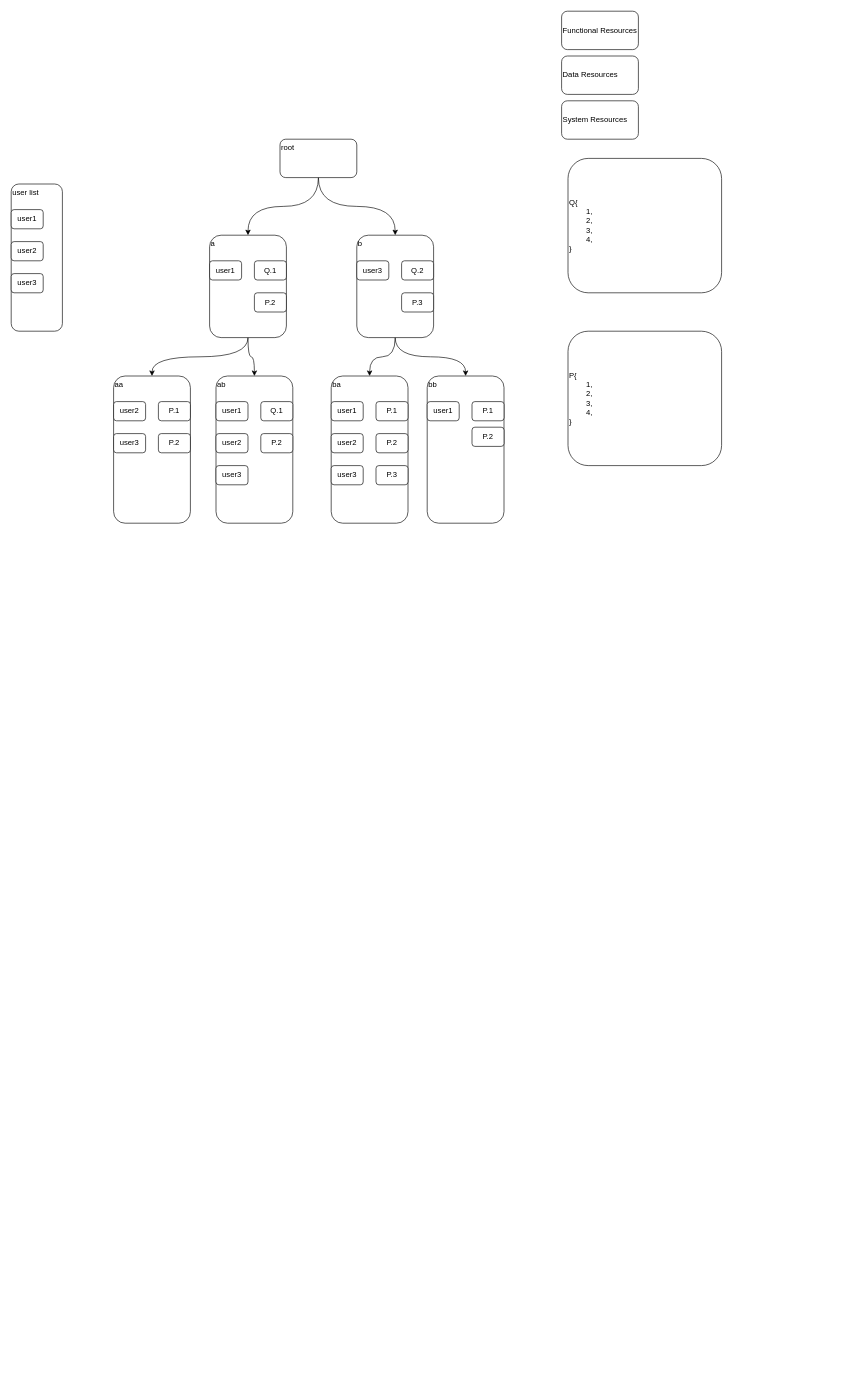
Earlier version of the draw.io diagram permission.drawio (xyfll7/xyfll7.github.io). Source tidied: cells renumbered, new cells numbered last; positions are measured from the earlier drawing's top-left corner, leaving out a move shared by most shapes. Both pictures are drawn from the tidied source at 64%, with x=0, y=0 at pixel (11, 11).
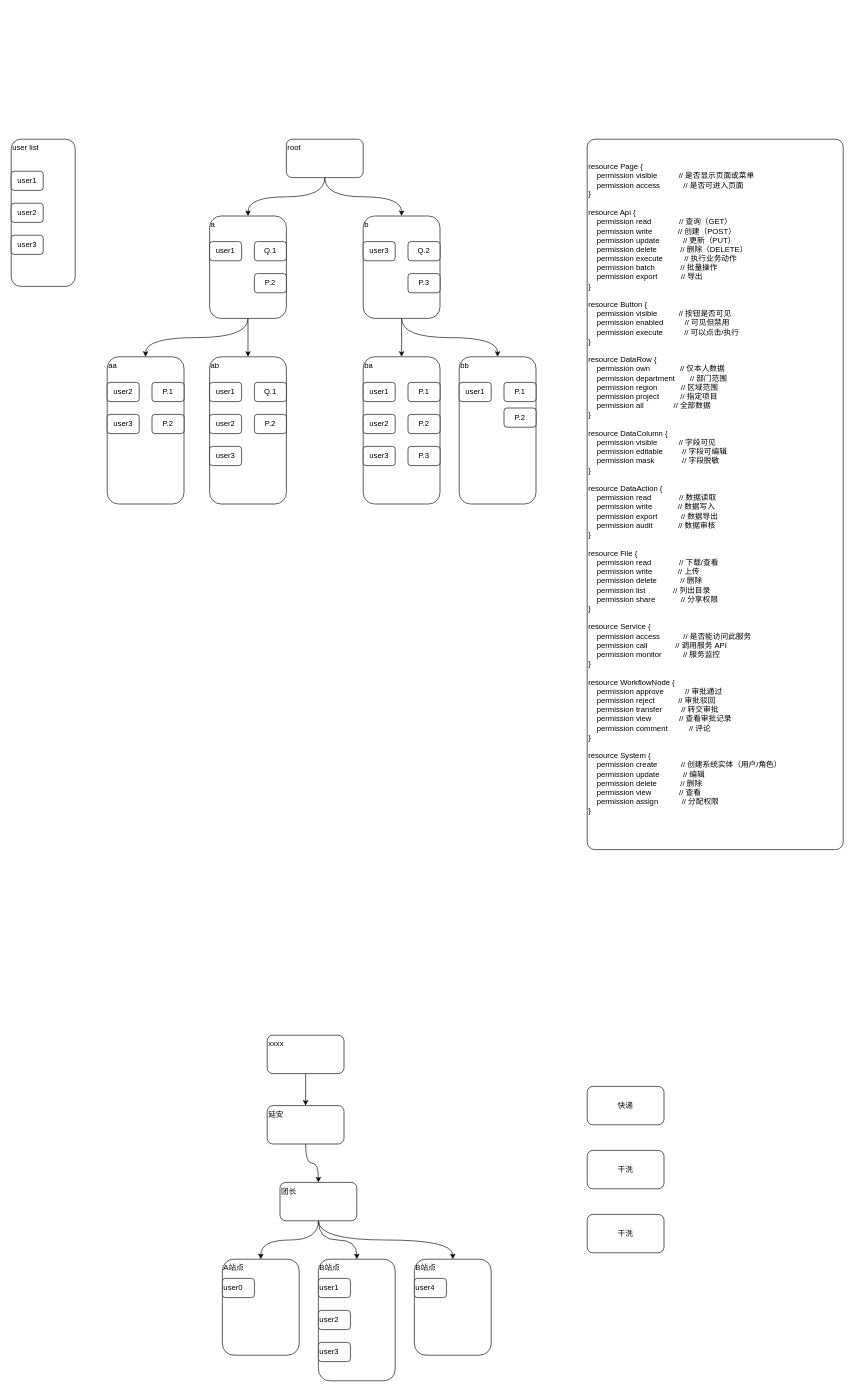
The same diagram, later.

The edit, as a diff of the source:
```diff
@@
     <mxCell id="4" value="root" style="rounded=1;whiteSpace=wrap;html=1;verticalAlign=top;align=left;" parent="1" vertex="1">
-      <mxGeometry x="420" y="200" width="120" height="60" as="geometry" />
+      <mxGeometry x="430" y="200" width="120" height="60" as="geometry" />
     </mxCell>
@@
     <mxCell id="7" value="a" style="rounded=1;whiteSpace=wrap;html=1;verticalAlign=top;align=left;" parent="1" vertex="1">
-      <mxGeometry x="310" y="350" width="120" height="160" as="geometry" />
+      <mxGeometry x="310" y="320" width="120" height="160" as="geometry" />
     </mxCell>
@@
     <mxCell id="10" value="b" style="rounded=1;whiteSpace=wrap;html=1;verticalAlign=top;align=left;" parent="1" vertex="1">
-      <mxGeometry x="540" y="350" width="120" height="160" as="geometry" />
+      <mxGeometry x="550" y="320" width="120" height="160" as="geometry" />
     </mxCell>
     <mxCell id="11" value="aa" style="rounded=1;whiteSpace=wrap;html=1;verticalAlign=top;align=left;" parent="1" vertex="1">
-      <mxGeometry x="160" y="570" width="120" height="230" as="geometry" />
+      <mxGeometry x="150" y="540" width="120" height="230" as="geometry" />
     </mxCell>
     <mxCell id="12" value="bb" style="rounded=1;whiteSpace=wrap;html=1;verticalAlign=top;align=left;" parent="1" vertex="1">
-      <mxGeometry x="650" y="570" width="120" height="230" as="geometry" />
+      <mxGeometry x="700" y="540" width="120" height="230" as="geometry" />
     </mxCell>
     <mxCell id="13" value="ab" style="rounded=1;whiteSpace=wrap;html=1;verticalAlign=top;align=left;" parent="1" vertex="1">
-      <mxGeometry x="320" y="570" width="120" height="230" as="geometry" />
+      <mxGeometry x="310" y="540" width="120" height="230" as="geometry" />
     </mxCell>
     <mxCell id="14" value="ba" style="rounded=1;whiteSpace=wrap;html=1;verticalAlign=top;align=left;" parent="1" vertex="1">
-      <mxGeometry x="500" y="570" width="120" height="230" as="geometry" />
+      <mxGeometry x="550" y="540" width="120" height="230" as="geometry" />
     </mxCell>
     <mxCell id="15" value="user1" style="rounded=1;whiteSpace=wrap;html=1;" parent="1" vertex="1">
-      <mxGeometry x="500" y="610" width="50" height="30" as="geometry" />
+      <mxGeometry x="550" y="580" width="50" height="30" as="geometry" />
     </mxCell>
     <mxCell id="16" value="user2" style="rounded=1;whiteSpace=wrap;html=1;" parent="1" vertex="1">
-      <mxGeometry x="500" y="660" width="50" height="30" as="geometry" />
+      <mxGeometry x="550" y="630" width="50" height="30" as="geometry" />
     </mxCell>
     <mxCell id="17" value="user3" style="rounded=1;whiteSpace=wrap;html=1;" parent="1" vertex="1">
-      <mxGeometry x="500" y="710" width="50" height="30" as="geometry" />
+      <mxGeometry x="550" y="680" width="50" height="30" as="geometry" />
     </mxCell>
     <mxCell id="18" value="user1" style="rounded=1;whiteSpace=wrap;html=1;" parent="1" vertex="1">
-      <mxGeometry x="320" y="610" width="50" height="30" as="geometry" />
+      <mxGeometry x="310" y="580" width="50" height="30" as="geometry" />
     </mxCell>
     <mxCell id="19" value="user2" style="rounded=1;whiteSpace=wrap;html=1;" parent="1" vertex="1">
-      <mxGeometry x="320" y="660" width="50" height="30" as="geometry" />
+      <mxGeometry x="310" y="630" width="50" height="30" as="geometry" />
     </mxCell>
     <mxCell id="20" value="user3" style="rounded=1;whiteSpace=wrap;html=1;" parent="1" vertex="1">
-      <mxGeometry x="320" y="710" width="50" height="30" as="geometry" />
+      <mxGeometry x="310" y="680" width="50" height="30" as="geometry" />
     </mxCell>
     <mxCell id="21" value="user3" style="rounded=1;whiteSpace=wrap;html=1;" parent="1" vertex="1">
-      <mxGeometry x="160" y="660" width="50" height="30" as="geometry" />
+      <mxGeometry x="150" y="630" width="50" height="30" as="geometry" />
     </mxCell>
     <mxCell id="22" value="user2" style="rounded=1;whiteSpace=wrap;html=1;" parent="1" vertex="1">
-      <mxGeometry x="160" y="610" width="50" height="30" as="geometry" />
+      <mxGeometry x="150" y="580" width="50" height="30" as="geometry" />
     </mxCell>
     <mxCell id="23" value="user1" style="rounded=1;whiteSpace=wrap;html=1;" parent="1" vertex="1">
-      <mxGeometry x="650" y="610" width="50" height="30" as="geometry" />
+      <mxGeometry x="700" y="580" width="50" height="30" as="geometry" />
     </mxCell>
     <mxCell id="24" value="user3" style="rounded=1;whiteSpace=wrap;html=1;" parent="1" vertex="1">
-      <mxGeometry x="540" y="390" width="50" height="30" as="geometry" />
+      <mxGeometry x="550" y="360" width="50" height="30" as="geometry" />
     </mxCell>
     <mxCell id="25" value="user1" style="rounded=1;whiteSpace=wrap;html=1;" parent="1" vertex="1">
-      <mxGeometry x="310" y="390" width="50" height="30" as="geometry" />
+      <mxGeometry x="310" y="360" width="50" height="30" as="geometry" />
     </mxCell>
     <mxCell id="26" value="P.1" style="rounded=1;whiteSpace=wrap;html=1;" parent="1" vertex="1">
-      <mxGeometry x="720" y="610" width="50" height="30" as="geometry" />
+      <mxGeometry x="770" y="580" width="50" height="30" as="geometry" />
     </mxCell>
     <mxCell id="27" value="P.2" style="rounded=1;whiteSpace=wrap;html=1;" parent="1" vertex="1">
-      <mxGeometry x="720" y="650" width="50" height="30" as="geometry" />
+      <mxGeometry x="770" y="620" width="50" height="30" as="geometry" />
     </mxCell>
     <mxCell id="28" value="P.1" style="rounded=1;whiteSpace=wrap;html=1;" parent="1" vertex="1">
-      <mxGeometry x="570" y="610" width="50" height="30" as="geometry" />
+      <mxGeometry x="620" y="580" width="50" height="30" as="geometry" />
     </mxCell>
     <mxCell id="29" value="P.2" style="rounded=1;whiteSpace=wrap;html=1;" parent="1" vertex="1">
-      <mxGeometry x="570" y="660" width="50" height="30" as="geometry" />
+      <mxGeometry x="620" y="630" width="50" height="30" as="geometry" />
     </mxCell>
     <mxCell id="30" value="P.3" style="rounded=1;whiteSpace=wrap;html=1;" parent="1" vertex="1">
-      <mxGeometry x="570" y="710" width="50" height="30" as="geometry" />
+      <mxGeometry x="620" y="680" width="50" height="30" as="geometry" />
     </mxCell>
     <mxCell id="31" value="Q.1" style="rounded=1;whiteSpace=wrap;html=1;" parent="1" vertex="1">
-      <mxGeometry x="390" y="610" width="50" height="30" as="geometry" />
+      <mxGeometry x="380" y="580" width="50" height="30" as="geometry" />
     </mxCell>
     <mxCell id="32" value="P.2" style="rounded=1;whiteSpace=wrap;html=1;" parent="1" vertex="1">
-      <mxGeometry x="390" y="660" width="50" height="30" as="geometry" />
+      <mxGeometry x="380" y="630" width="50" height="30" as="geometry" />
     </mxCell>
     <mxCell id="33" value="P.1" style="rounded=1;whiteSpace=wrap;html=1;" parent="1" vertex="1">
-      <mxGeometry x="230" y="610" width="50" height="30" as="geometry" />
+      <mxGeometry x="220" y="580" width="50" height="30" as="geometry" />
     </mxCell>
     <mxCell id="34" value="P.2" style="rounded=1;whiteSpace=wrap;html=1;" parent="1" vertex="1">
-      <mxGeometry x="230" y="660" width="50" height="30" as="geometry" />
+      <mxGeometry x="220" y="630" width="50" height="30" as="geometry" />
     </mxCell>
     <mxCell id="35" value="P.2" style="rounded=1;whiteSpace=wrap;html=1;" parent="1" vertex="1">
-      <mxGeometry x="380" y="440" width="50" height="30" as="geometry" />
+      <mxGeometry x="380" y="410" width="50" height="30" as="geometry" />
     </mxCell>
     <mxCell id="36" value="Q.2" style="rounded=1;whiteSpace=wrap;html=1;" parent="1" vertex="1">
-      <mxGeometry x="610" y="390" width="50" height="30" as="geometry" />
+      <mxGeometry x="620" y="360" width="50" height="30" as="geometry" />
     </mxCell>
     <mxCell id="37" value="P.3" style="rounded=1;whiteSpace=wrap;html=1;" parent="1" vertex="1">
-      <mxGeometry x="610" y="440" width="50" height="30" as="geometry" />
+      <mxGeometry x="620" y="410" width="50" height="30" as="geometry" />
     </mxCell>
-    <mxCell id="38" value="Q{&amp;nbsp;&lt;br&gt;&amp;nbsp; &amp;nbsp; &amp;nbsp; &amp;nbsp; 1,&lt;br&gt;&amp;nbsp; &amp;nbsp; &amp;nbsp; &amp;nbsp; 2,&lt;div&gt;&amp;nbsp; &amp;nbsp; &amp;nbsp; &amp;nbsp; 3,&lt;/div&gt;&lt;div&gt;&amp;nbsp; &amp;nbsp; &amp;nbsp; &amp;nbsp; 4,&lt;br&gt;&lt;div style=&quot;&quot;&gt;&lt;span style=&quot;background-color: transparent; color: light-dark(rgb(0, 0, 0), rgb(255, 255, 255));&quot;&gt;}&lt;/span&gt;&lt;/div&gt;&lt;/div&gt;" style="rounded=1;whiteSpace=wrap;html=1;align=left;" parent="1" vertex="1">
-      <mxGeometry x="870" y="230" width="240" height="210" as="geometry" />
-    </mxCell>
-    <mxCell id="39" value="P{&amp;nbsp;&lt;br&gt;&amp;nbsp; &amp;nbsp; &amp;nbsp; &amp;nbsp; 1,&lt;br&gt;&amp;nbsp; &amp;nbsp; &amp;nbsp; &amp;nbsp; 2,&lt;div&gt;&amp;nbsp; &amp;nbsp; &amp;nbsp; &amp;nbsp; 3,&lt;/div&gt;&lt;div&gt;&amp;nbsp; &amp;nbsp; &amp;nbsp; &amp;nbsp; 4,&lt;br&gt;&lt;div style=&quot;&quot;&gt;&lt;span style=&quot;background-color: transparent; color: light-dark(rgb(0, 0, 0), rgb(255, 255, 255));&quot;&gt;}&lt;/span&gt;&lt;/div&gt;&lt;/div&gt;" style="rounded=1;whiteSpace=wrap;html=1;align=left;" parent="1" vertex="1">
-      <mxGeometry x="870" y="500" width="240" height="210" as="geometry" />
-    </mxCell>
     <mxCell id="40" value="Q.1" style="rounded=1;whiteSpace=wrap;html=1;" parent="1" vertex="1">
-      <mxGeometry x="380" y="390" width="50" height="30" as="geometry" />
+      <mxGeometry x="380" y="360" width="50" height="30" as="geometry" />
     </mxCell>
     <mxCell id="41" value="user list" style="rounded=1;whiteSpace=wrap;html=1;verticalAlign=top;align=left;" parent="1" vertex="1">
-      <mxGeometry y="270" width="80" height="230" as="geometry" />
+      <mxGeometry y="200" width="100" height="230" as="geometry" />
     </mxCell>
     <mxCell id="42" value="user1" style="rounded=1;whiteSpace=wrap;html=1;" parent="1" vertex="1">
-      <mxGeometry y="310" width="50" height="30" as="geometry" />
+      <mxGeometry y="250" width="50" height="30" as="geometry" />
     </mxCell>
     <mxCell id="43" value="user2" style="rounded=1;whiteSpace=wrap;html=1;" parent="1" vertex="1">
-      <mxGeometry y="360" width="50" height="30" as="geometry" />
+      <mxGeometry y="300" width="50" height="30" as="geometry" />
     </mxCell>
     <mxCell id="44" value="user3" style="rounded=1;whiteSpace=wrap;html=1;" parent="1" vertex="1">
-      <mxGeometry y="410" width="50" height="30" as="geometry" />
+      <mxGeometry y="350" width="50" height="30" as="geometry" />
     </mxCell>
-    <mxCell id="45" value="Functional Resources" style="rounded=1;whiteSpace=wrap;html=1;align=left;" parent="1" vertex="1">
-      <mxGeometry x="860" width="120" height="60" as="geometry" />
+    <mxCell id="45" value="&lt;div&gt;&lt;br&gt;&lt;br&gt;resource Page {&lt;/div&gt;&lt;div&gt;&amp;nbsp; &amp;nbsp; permission visible&amp;nbsp; &amp;nbsp; &amp;nbsp; &amp;nbsp; &amp;nbsp; // 是否显示页面或菜单&lt;/div&gt;&lt;div&gt;&amp;nbsp; &amp;nbsp; permission access&amp;nbsp; &amp;nbsp; &amp;nbsp; &amp;nbsp; &amp;nbsp; &amp;nbsp;// 是否可进入页面&lt;/div&gt;&lt;div&gt;}&lt;/div&gt;&lt;div&gt;&lt;br&gt;&lt;/div&gt;&lt;div&gt;resource Api {&lt;/div&gt;&lt;div&gt;&amp;nbsp; &amp;nbsp; permission read&amp;nbsp; &amp;nbsp; &amp;nbsp; &amp;nbsp; &amp;nbsp; &amp;nbsp; &amp;nbsp;// 查询（GET）&lt;/div&gt;&lt;div&gt;&amp;nbsp; &amp;nbsp; permission write&amp;nbsp; &amp;nbsp; &amp;nbsp; &amp;nbsp; &amp;nbsp; &amp;nbsp; // 创建（POST）&lt;/div&gt;&lt;div&gt;&amp;nbsp; &amp;nbsp; permission update&amp;nbsp; &amp;nbsp; &amp;nbsp; &amp;nbsp; &amp;nbsp; &amp;nbsp;// 更新（PUT）&lt;/div&gt;&lt;div&gt;&amp;nbsp; &amp;nbsp; permission delete&amp;nbsp; &amp;nbsp; &amp;nbsp; &amp;nbsp; &amp;nbsp; &amp;nbsp;// 删除（DELETE）&lt;/div&gt;&lt;div&gt;&amp;nbsp; &amp;nbsp; permission execute&amp;nbsp; &amp;nbsp; &amp;nbsp; &amp;nbsp; &amp;nbsp; // 执行业务动作&lt;/div&gt;&lt;div&gt;&amp;nbsp; &amp;nbsp; permission batch&amp;nbsp; &amp;nbsp; &amp;nbsp; &amp;nbsp; &amp;nbsp; &amp;nbsp; // 批量操作&lt;/div&gt;&lt;div&gt;&amp;nbsp; &amp;nbsp; permission export&amp;nbsp; &amp;nbsp; &amp;nbsp; &amp;nbsp; &amp;nbsp; &amp;nbsp;// 导出&lt;/div&gt;&lt;div&gt;}&lt;/div&gt;&lt;div&gt;&lt;br&gt;&lt;/div&gt;&lt;div&gt;resource Button {&lt;/div&gt;&lt;div&gt;&amp;nbsp; &amp;nbsp; permission visible&amp;nbsp; &amp;nbsp; &amp;nbsp; &amp;nbsp; &amp;nbsp; // 按钮是否可见&lt;/div&gt;&lt;div&gt;&amp;nbsp; &amp;nbsp; permission enabled&amp;nbsp; &amp;nbsp; &amp;nbsp; &amp;nbsp; &amp;nbsp; // 可见但禁用&lt;/div&gt;&lt;div&gt;&amp;nbsp; &amp;nbsp; permission execute&amp;nbsp; &amp;nbsp; &amp;nbsp; &amp;nbsp; &amp;nbsp; // 可以点击/执行&lt;/div&gt;&lt;div&gt;}&lt;/div&gt;&lt;div&gt;&lt;br&gt;&lt;/div&gt;&lt;div&gt;resource DataRow {&lt;/div&gt;&lt;div&gt;&amp;nbsp; &amp;nbsp; permission own&amp;nbsp; &amp;nbsp; &amp;nbsp; &amp;nbsp; &amp;nbsp; &amp;nbsp; &amp;nbsp; // 仅本人数据&lt;/div&gt;&lt;div&gt;&amp;nbsp; &amp;nbsp; permission department&amp;nbsp; &amp;nbsp; &amp;nbsp; &amp;nbsp;// 部门范围&lt;/div&gt;&lt;div&gt;&amp;nbsp; &amp;nbsp; permission region&amp;nbsp; &amp;nbsp; &amp;nbsp; &amp;nbsp; &amp;nbsp; &amp;nbsp;// 区域范围&lt;/div&gt;&lt;div&gt;&amp;nbsp; &amp;nbsp; permission project&amp;nbsp; &amp;nbsp; &amp;nbsp; &amp;nbsp; &amp;nbsp; // 指定项目&lt;/div&gt;&lt;div&gt;&amp;nbsp; &amp;nbsp; permission all&amp;nbsp; &amp;nbsp; &amp;nbsp; &amp;nbsp; &amp;nbsp; &amp;nbsp; &amp;nbsp; // 全部数据&lt;/div&gt;&lt;div&gt;}&lt;/div&gt;&lt;div&gt;&lt;br&gt;&lt;/div&gt;&lt;div&gt;resource DataColumn {&lt;/div&gt;&lt;div&gt;&amp;nbsp; &amp;nbsp; permission visible&amp;nbsp; &amp;nbsp; &amp;nbsp; &amp;nbsp; &amp;nbsp; // 字段可见&lt;/div&gt;&lt;div&gt;&amp;nbsp; &amp;nbsp; permission editable&amp;nbsp; &amp;nbsp; &amp;nbsp; &amp;nbsp; &amp;nbsp;// 字段可编辑&lt;/div&gt;&lt;div&gt;&amp;nbsp; &amp;nbsp; permission mask&amp;nbsp; &amp;nbsp; &amp;nbsp; &amp;nbsp; &amp;nbsp; &amp;nbsp; &amp;nbsp;// 字段脱敏&lt;/div&gt;&lt;div&gt;}&lt;/div&gt;&lt;div&gt;&lt;br&gt;&lt;/div&gt;&lt;div&gt;resource DataAction {&lt;/div&gt;&lt;div&gt;&amp;nbsp; &amp;nbsp; permission read&amp;nbsp; &amp;nbsp; &amp;nbsp; &amp;nbsp; &amp;nbsp; &amp;nbsp; &amp;nbsp;// 数据读取&lt;/div&gt;&lt;div&gt;&amp;nbsp; &amp;nbsp; permission write&amp;nbsp; &amp;nbsp; &amp;nbsp; &amp;nbsp; &amp;nbsp; &amp;nbsp; // 数据写入&lt;/div&gt;&lt;div&gt;&amp;nbsp; &amp;nbsp; permission export&amp;nbsp; &amp;nbsp; &amp;nbsp; &amp;nbsp; &amp;nbsp; &amp;nbsp;// 数据导出&lt;/div&gt;&lt;div&gt;&amp;nbsp; &amp;nbsp; permission audit&amp;nbsp; &amp;nbsp; &amp;nbsp; &amp;nbsp; &amp;nbsp; &amp;nbsp; // 数据审核&lt;/div&gt;&lt;div&gt;}&lt;/div&gt;&lt;div&gt;&lt;br&gt;&lt;/div&gt;&lt;div&gt;resource File {&lt;/div&gt;&lt;div&gt;&amp;nbsp; &amp;nbsp; permission read&amp;nbsp; &amp;nbsp; &amp;nbsp; &amp;nbsp; &amp;nbsp; &amp;nbsp; &amp;nbsp;// 下载/查看&lt;/div&gt;&lt;div&gt;&amp;nbsp; &amp;nbsp; permission write&amp;nbsp; &amp;nbsp; &amp;nbsp; &amp;nbsp; &amp;nbsp; &amp;nbsp; // 上传&lt;/div&gt;&lt;div&gt;&amp;nbsp; &amp;nbsp; permission delete&amp;nbsp; &amp;nbsp; &amp;nbsp; &amp;nbsp; &amp;nbsp; &amp;nbsp;// 删除&lt;/div&gt;&lt;div&gt;&amp;nbsp; &amp;nbsp; permission list&amp;nbsp; &amp;nbsp; &amp;nbsp; &amp;nbsp; &amp;nbsp; &amp;nbsp; &amp;nbsp;// 列出目录&lt;/div&gt;&lt;div&gt;&amp;nbsp; &amp;nbsp; permission share&amp;nbsp; &amp;nbsp; &amp;nbsp; &amp;nbsp; &amp;nbsp; &amp;nbsp; // 分享权限&lt;/div&gt;&lt;div&gt;}&lt;/div&gt;&lt;div&gt;&lt;br&gt;&lt;/div&gt;&lt;div&gt;resource Service {&lt;/div&gt;&lt;div&gt;&amp;nbsp; &amp;nbsp; permission access&amp;nbsp; &amp;nbsp; &amp;nbsp; &amp;nbsp; &amp;nbsp; &amp;nbsp;// 是否能访问此服务&lt;/div&gt;&lt;div&gt;&amp;nbsp; &amp;nbsp; permission call&amp;nbsp; &amp;nbsp; &amp;nbsp; &amp;nbsp; &amp;nbsp; &amp;nbsp; &amp;nbsp;// 调用服务 API&lt;/div&gt;&lt;div&gt;&amp;nbsp; &amp;nbsp; permission monitor&amp;nbsp; &amp;nbsp; &amp;nbsp; &amp;nbsp; &amp;nbsp; // 服务监控&lt;/div&gt;&lt;div&gt;}&lt;/div&gt;&lt;div&gt;&lt;br&gt;&lt;/div&gt;&lt;div&gt;resource WorkflowNode {&lt;/div&gt;&lt;div&gt;&amp;nbsp; &amp;nbsp; permission approve&amp;nbsp; &amp;nbsp; &amp;nbsp; &amp;nbsp; &amp;nbsp; // 审批通过&lt;/div&gt;&lt;div&gt;&amp;nbsp; &amp;nbsp; permission reject&amp;nbsp; &amp;nbsp; &amp;nbsp; &amp;nbsp; &amp;nbsp; &amp;nbsp;// 审批驳回&lt;/div&gt;&lt;div&gt;&amp;nbsp; &amp;nbsp; permission transfer&amp;nbsp; &amp;nbsp; &amp;nbsp; &amp;nbsp; &amp;nbsp;// 转交审批&lt;/div&gt;&lt;div&gt;&amp;nbsp; &amp;nbsp; permission view&amp;nbsp; &amp;nbsp; &amp;nbsp; &amp;nbsp; &amp;nbsp; &amp;nbsp; &amp;nbsp;// 查看审批记录&lt;/div&gt;&lt;div&gt;&amp;nbsp; &amp;nbsp; permission comment&amp;nbsp; &amp;nbsp; &amp;nbsp; &amp;nbsp; &amp;nbsp; // 评论&lt;/div&gt;&lt;div&gt;}&lt;/div&gt;&lt;div&gt;&lt;br&gt;&lt;/div&gt;&lt;div&gt;resource System {&lt;/div&gt;&lt;div&gt;&amp;nbsp; &amp;nbsp; permission create&amp;nbsp; &amp;nbsp; &amp;nbsp; &amp;nbsp; &amp;nbsp; &amp;nbsp;// 创建系统实体（用户/角色）&lt;/div&gt;&lt;div&gt;&amp;nbsp; &amp;nbsp; permission update&amp;nbsp; &amp;nbsp; &amp;nbsp; &amp;nbsp; &amp;nbsp; &amp;nbsp;// 编辑&lt;/div&gt;&lt;div&gt;&amp;nbsp; &amp;nbsp; permission delete&amp;nbsp; &amp;nbsp; &amp;nbsp; &amp;nbsp; &amp;nbsp; &amp;nbsp;// 删除&lt;/div&gt;&lt;div&gt;&amp;nbsp; &amp;nbsp; permission view&amp;nbsp; &amp;nbsp; &amp;nbsp; &amp;nbsp; &amp;nbsp; &amp;nbsp; &amp;nbsp;// 查看&lt;/div&gt;&lt;div&gt;&amp;nbsp; &amp;nbsp; permission assign&amp;nbsp; &amp;nbsp; &amp;nbsp; &amp;nbsp; &amp;nbsp; &amp;nbsp;// 分配权限&lt;/div&gt;&lt;div&gt;}&lt;/div&gt;&lt;div&gt;&lt;br&gt;&lt;/div&gt;" style="rounded=1;whiteSpace=wrap;html=1;align=left;verticalAlign=top;arcSize=3;" parent="1" vertex="1">
+      <mxGeometry x="900" y="200" width="400" height="1110" as="geometry" />
     </mxCell>
-    <mxCell id="46" value="Data Resources" style="rounded=1;whiteSpace=wrap;html=1;align=left;" parent="1" vertex="1">
-      <mxGeometry x="860" y="70" width="120" height="60" as="geometry" />
-    </mxCell>
-    <mxCell id="47" value="System Resources" style="rounded=1;whiteSpace=wrap;html=1;align=left;" parent="1" vertex="1">
-      <mxGeometry x="860" y="140" width="120" height="60" as="geometry" />
-    </mxCell>
+    <mxCell id="48" style="edgeStyle=orthogonalEdgeStyle;curved=1;rounded=0;jettySize=auto;html=1;exitX=0.5;exitY=1;exitDx=0;exitDy=0;align=left;verticalAlign=top;" parent="1" edge="1" source="49" target="51">
+      <mxGeometry relative="1" as="geometry" />
+    </mxCell>
+    <mxCell id="49" value="xxxx" style="rounded=1;whiteSpace=wrap;html=1;align=left;verticalAlign=top;" parent="1" vertex="1">
+      <mxGeometry x="400" y="1600" width="120" height="60" as="geometry" />
+    </mxCell>
+    <mxCell id="50" style="edgeStyle=orthogonalEdgeStyle;curved=1;rounded=0;jettySize=auto;html=1;exitX=0.5;exitY=1;exitDx=0;exitDy=0;entryX=0.5;entryY=0;entryDx=0;entryDy=0;align=left;verticalAlign=top;" parent="1" edge="1" source="51" target="55">
+      <mxGeometry relative="1" as="geometry" />
+    </mxCell>
+    <mxCell id="51" value="延安" style="rounded=1;whiteSpace=wrap;html=1;align=left;verticalAlign=top;" parent="1" vertex="1">
+      <mxGeometry x="400" y="1710" width="120" height="60" as="geometry" />
+    </mxCell>
+    <mxCell id="52" style="edgeStyle=orthogonalEdgeStyle;curved=1;rounded=0;jettySize=auto;html=1;exitX=0.5;exitY=1;exitDx=0;exitDy=0;align=left;verticalAlign=top;" parent="1" edge="1" source="55" target="59">
+      <mxGeometry relative="1" as="geometry" />
+    </mxCell>
+    <mxCell id="53" style="edgeStyle=orthogonalEdgeStyle;curved=1;rounded=0;jettySize=auto;html=1;exitX=0.5;exitY=1;exitDx=0;exitDy=0;entryX=0.5;entryY=0;entryDx=0;entryDy=0;align=left;verticalAlign=top;" parent="1" edge="1" source="55" target="61">
+      <mxGeometry relative="1" as="geometry" />
+    </mxCell>
+    <mxCell id="54" style="edgeStyle=orthogonalEdgeStyle;curved=1;rounded=0;jettySize=auto;html=1;exitX=0.5;exitY=1;exitDx=0;exitDy=0;entryX=0.5;entryY=0;entryDx=0;entryDy=0;align=left;verticalAlign=top;" parent="1" edge="1" source="55" target="60">
+      <mxGeometry relative="1" as="geometry" />
+    </mxCell>
+    <mxCell id="55" value="团长" style="rounded=1;whiteSpace=wrap;html=1;align=left;verticalAlign=top;" parent="1" vertex="1">
+      <mxGeometry x="420" y="1830" width="120" height="60" as="geometry" />
+    </mxCell>
+    <mxCell id="56" value="快递" style="rounded=1;whiteSpace=wrap;html=1;" parent="1" vertex="1">
+      <mxGeometry x="900" y="1680" width="120" height="60" as="geometry" />
+    </mxCell>
+    <mxCell id="57" value="干洗" style="rounded=1;whiteSpace=wrap;html=1;" parent="1" vertex="1">
+      <mxGeometry x="900" y="1780" width="120" height="60" as="geometry" />
+    </mxCell>
+    <mxCell id="58" value="干洗" style="rounded=1;whiteSpace=wrap;html=1;" parent="1" vertex="1">
+      <mxGeometry x="900" y="1880" width="120" height="60" as="geometry" />
+    </mxCell>
+    <mxCell id="59" value="B站点" style="rounded=1;whiteSpace=wrap;html=1;align=left;verticalAlign=top;" parent="1" vertex="1">
+      <mxGeometry x="480" y="1950" width="120" height="190" as="geometry" />
+    </mxCell>
+    <mxCell id="60" value="A站点" style="rounded=1;whiteSpace=wrap;html=1;align=left;verticalAlign=top;" parent="1" vertex="1">
+      <mxGeometry x="330" y="1950" width="120" height="150" as="geometry" />
+    </mxCell>
+    <mxCell id="61" value="B站点" style="rounded=1;whiteSpace=wrap;html=1;align=left;verticalAlign=top;" parent="1" vertex="1">
+      <mxGeometry x="630" y="1950" width="120" height="150" as="geometry" />
+    </mxCell>
+    <mxCell id="62" value="user1" style="rounded=1;whiteSpace=wrap;html=1;align=left;" parent="1" vertex="1">
+      <mxGeometry x="480" y="1980" width="50" height="30" as="geometry" />
+    </mxCell>
+    <mxCell id="63" value="user2" style="rounded=1;whiteSpace=wrap;html=1;align=left;" parent="1" vertex="1">
+      <mxGeometry x="480" y="2030" width="50" height="30" as="geometry" />
+    </mxCell>
+    <mxCell id="64" value="user3" style="rounded=1;whiteSpace=wrap;html=1;align=left;" parent="1" vertex="1">
+      <mxGeometry x="480" y="2080" width="50" height="30" as="geometry" />
+    </mxCell>
+    <mxCell id="65" value="user0" style="rounded=1;whiteSpace=wrap;html=1;align=left;" parent="1" vertex="1">
+      <mxGeometry x="330" y="1980" width="50" height="30" as="geometry" />
+    </mxCell>
+    <mxCell id="66" value="user4" style="rounded=1;whiteSpace=wrap;html=1;align=left;" parent="1" vertex="1">
+      <mxGeometry x="630" y="1980" width="50" height="30" as="geometry" />
+    </mxCell>
```
